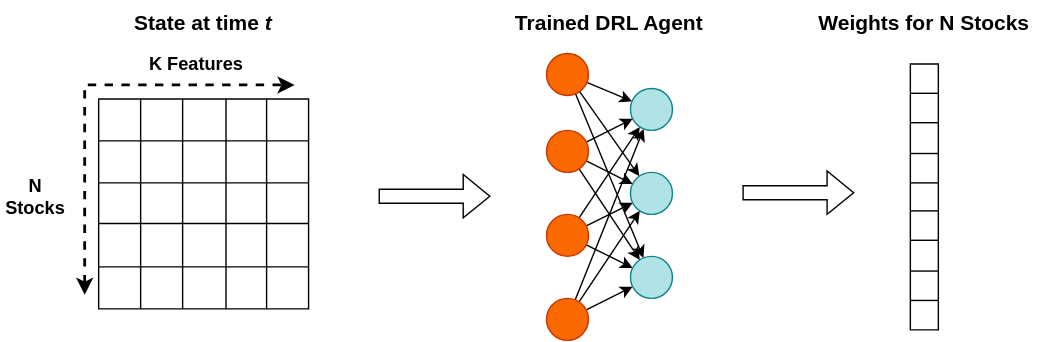
This is thesis/image/state_agent_weights.svg from zdeneklapes/ibt, a draw.io export, as it was before one commit. Source tidied: cells renumbered, new cells last; positions are measured from the earlier drawing's top-left corner, leaving out a move shared by most shapes. Source of this version:
```xml
<mxGraphModel>
  <root>
    <mxCell id="0" />
    <mxCell id="1" parent="0" />
    <mxCell id="2" style="shape=table;html=1;whiteSpace=wrap;startSize=0;" parent="1" vertex="1">
      <mxGeometry x="70" y="70" width="150" height="150" as="geometry" />
    </mxCell>
    <mxCell id="3" style="shape=tableRow;horizontal=0;startSize=0;swimlaneHead=0;swimlaneBody=0;top=0;left=0;bottom=0;right=0;fillColor=none;" parent="2" vertex="1">
      <mxGeometry width="150" height="30" as="geometry" />
    </mxCell>
    <mxCell id="4" style="shape=partialRectangle;html=1;whiteSpace=wrap;fillColor=none;top=0;left=0;bottom=0;right=0;overflow=hidden;" parent="3" vertex="1">
      <mxGeometry width="30" height="30" as="geometry" />
    </mxCell>
    <mxCell id="5" style="shape=partialRectangle;html=1;whiteSpace=wrap;fillColor=none;top=0;left=0;bottom=0;right=0;overflow=hidden;" parent="3" vertex="1">
      <mxGeometry x="30" width="30" height="30" as="geometry" />
    </mxCell>
    <mxCell id="6" style="shape=partialRectangle;html=1;whiteSpace=wrap;fillColor=none;top=0;left=0;bottom=0;right=0;overflow=hidden;" parent="3" vertex="1">
      <mxGeometry x="60" width="31" height="30" as="geometry" />
    </mxCell>
    <mxCell id="7" style="shape=partialRectangle;html=1;whiteSpace=wrap;fillColor=none;top=0;left=0;bottom=0;right=0;overflow=hidden;" parent="3" vertex="1">
      <mxGeometry x="91" width="29" height="30" as="geometry" />
    </mxCell>
    <mxCell id="8" style="shape=partialRectangle;html=1;whiteSpace=wrap;fillColor=none;top=0;left=0;bottom=0;right=0;overflow=hidden;" parent="3" vertex="1">
      <mxGeometry x="120" width="30" height="30" as="geometry" />
    </mxCell>
    <mxCell id="9" style="shape=tableRow;horizontal=0;startSize=0;swimlaneHead=0;swimlaneBody=0;top=0;left=0;bottom=0;right=0;fillColor=none;" parent="2" vertex="1">
      <mxGeometry y="30" width="150" height="30" as="geometry" />
    </mxCell>
    <mxCell id="10" style="shape=partialRectangle;html=1;whiteSpace=wrap;fillColor=none;top=0;left=0;bottom=0;right=0;overflow=hidden;" parent="9" vertex="1">
      <mxGeometry width="30" height="30" as="geometry" />
    </mxCell>
    <mxCell id="11" style="shape=partialRectangle;html=1;whiteSpace=wrap;fillColor=none;top=0;left=0;bottom=0;right=0;overflow=hidden;" parent="9" vertex="1">
      <mxGeometry x="30" width="30" height="30" as="geometry" />
    </mxCell>
    <mxCell id="12" style="shape=partialRectangle;html=1;whiteSpace=wrap;fillColor=none;top=0;left=0;bottom=0;right=0;overflow=hidden;" parent="9" vertex="1">
      <mxGeometry x="60" width="31" height="30" as="geometry" />
    </mxCell>
    <mxCell id="13" style="shape=partialRectangle;html=1;whiteSpace=wrap;fillColor=none;top=0;left=0;bottom=0;right=0;overflow=hidden;" parent="9" vertex="1">
      <mxGeometry x="91" width="29" height="30" as="geometry" />
    </mxCell>
    <mxCell id="14" style="shape=partialRectangle;html=1;whiteSpace=wrap;fillColor=none;top=0;left=0;bottom=0;right=0;overflow=hidden;" parent="9" vertex="1">
      <mxGeometry x="120" width="30" height="30" as="geometry" />
    </mxCell>
    <mxCell id="15" style="shape=tableRow;horizontal=0;startSize=0;swimlaneHead=0;swimlaneBody=0;top=0;left=0;bottom=0;right=0;fillColor=none;" parent="2" vertex="1">
      <mxGeometry y="60" width="150" height="29" as="geometry" />
    </mxCell>
    <mxCell id="16" style="shape=partialRectangle;html=1;whiteSpace=wrap;fillColor=none;top=0;left=0;bottom=0;right=0;overflow=hidden;" parent="15" vertex="1">
      <mxGeometry width="30" height="29" as="geometry" />
    </mxCell>
    <mxCell id="17" style="shape=partialRectangle;html=1;whiteSpace=wrap;fillColor=none;top=0;left=0;bottom=0;right=0;overflow=hidden;" parent="15" vertex="1">
      <mxGeometry x="30" width="30" height="29" as="geometry" />
    </mxCell>
    <mxCell id="18" style="shape=partialRectangle;html=1;whiteSpace=wrap;fillColor=none;top=0;left=0;bottom=0;right=0;overflow=hidden;" parent="15" vertex="1">
      <mxGeometry x="60" width="31" height="29" as="geometry" />
    </mxCell>
    <mxCell id="19" style="shape=partialRectangle;html=1;whiteSpace=wrap;fillColor=none;top=0;left=0;bottom=0;right=0;overflow=hidden;" parent="15" vertex="1">
      <mxGeometry x="91" width="29" height="29" as="geometry" />
    </mxCell>
    <mxCell id="20" style="shape=partialRectangle;html=1;whiteSpace=wrap;fillColor=none;top=0;left=0;bottom=0;right=0;overflow=hidden;" parent="15" vertex="1">
      <mxGeometry x="120" width="30" height="29" as="geometry" />
    </mxCell>
    <mxCell id="21" style="shape=tableRow;horizontal=0;startSize=0;swimlaneHead=0;swimlaneBody=0;top=0;left=0;bottom=0;right=0;fillColor=none;" parent="2" vertex="1">
      <mxGeometry y="89" width="150" height="31" as="geometry" />
    </mxCell>
    <mxCell id="22" style="shape=partialRectangle;html=1;whiteSpace=wrap;fillColor=none;top=0;left=0;bottom=0;right=0;overflow=hidden;" parent="21" vertex="1">
      <mxGeometry width="30" height="31" as="geometry" />
    </mxCell>
    <mxCell id="23" style="shape=partialRectangle;html=1;whiteSpace=wrap;fillColor=none;top=0;left=0;bottom=0;right=0;overflow=hidden;" parent="21" vertex="1">
      <mxGeometry x="30" width="30" height="31" as="geometry" />
    </mxCell>
    <mxCell id="24" style="shape=partialRectangle;html=1;whiteSpace=wrap;fillColor=none;top=0;left=0;bottom=0;right=0;overflow=hidden;" parent="21" vertex="1">
      <mxGeometry x="60" width="31" height="31" as="geometry" />
    </mxCell>
    <mxCell id="25" style="shape=partialRectangle;html=1;whiteSpace=wrap;fillColor=none;top=0;left=0;bottom=0;right=0;overflow=hidden;" parent="21" vertex="1">
      <mxGeometry x="91" width="29" height="31" as="geometry" />
    </mxCell>
    <mxCell id="26" style="shape=partialRectangle;html=1;whiteSpace=wrap;fillColor=none;top=0;left=0;bottom=0;right=0;overflow=hidden;" parent="21" vertex="1">
      <mxGeometry x="120" width="30" height="31" as="geometry" />
    </mxCell>
    <mxCell id="27" style="shape=tableRow;horizontal=0;startSize=0;swimlaneHead=0;swimlaneBody=0;top=0;left=0;bottom=0;right=0;fillColor=none;" parent="2" vertex="1">
      <mxGeometry y="120" width="150" height="30" as="geometry" />
    </mxCell>
    <mxCell id="28" style="shape=partialRectangle;html=1;whiteSpace=wrap;fillColor=none;top=0;left=0;bottom=0;right=0;overflow=hidden;" parent="27" vertex="1">
      <mxGeometry width="30" height="30" as="geometry" />
    </mxCell>
    <mxCell id="29" style="shape=partialRectangle;html=1;whiteSpace=wrap;fillColor=none;top=0;left=0;bottom=0;right=0;overflow=hidden;" parent="27" vertex="1">
      <mxGeometry x="30" width="30" height="30" as="geometry" />
    </mxCell>
    <mxCell id="30" style="shape=partialRectangle;html=1;whiteSpace=wrap;fillColor=none;top=0;left=0;bottom=0;right=0;overflow=hidden;" parent="27" vertex="1">
      <mxGeometry x="60" width="31" height="30" as="geometry" />
    </mxCell>
    <mxCell id="31" style="shape=partialRectangle;html=1;whiteSpace=wrap;fillColor=none;top=0;left=0;bottom=0;right=0;overflow=hidden;" parent="27" vertex="1">
      <mxGeometry x="91" width="29" height="30" as="geometry" />
    </mxCell>
    <mxCell id="32" style="shape=partialRectangle;html=1;whiteSpace=wrap;fillColor=none;top=0;left=0;bottom=0;right=0;overflow=hidden;" parent="27" vertex="1">
      <mxGeometry x="120" width="30" height="30" as="geometry" />
    </mxCell>
    <mxCell id="33" style="endArrow=classic;startArrow=classic;html=1;rounded=0;dashed=1;strokeWidth=2;" parent="1" edge="1">
      <mxGeometry relative="1" as="geometry">
        <mxPoint x="60" y="210" as="sourcePoint" />
        <mxPoint x="210" y="60" as="targetPoint" />
        <Array as="points">
          <mxPoint x="60" y="60" />
        </Array>
      </mxGeometry>
    </mxCell>
    <mxCell id="34" value="&lt;b&gt;&lt;font style=&quot;font-size: 13px;&quot;&gt;K Features&lt;/font&gt;&lt;/b&gt;" style="text;html=1;strokeColor=none;fillColor=none;align=center;verticalAlign=middle;whiteSpace=wrap;rounded=0;" parent="1" vertex="1">
      <mxGeometry x="100" y="30" width="80" height="30" as="geometry" />
    </mxCell>
    <mxCell id="35" value="&lt;b style=&quot;font-size: 13px;&quot;&gt;&lt;font style=&quot;font-size: 13px;&quot;&gt;N&lt;br&gt;Stocks&lt;/font&gt;&lt;/b&gt;" style="text;html=1;strokeColor=none;fillColor=none;align=center;verticalAlign=middle;whiteSpace=wrap;rounded=0;" parent="1" vertex="1">
      <mxGeometry y="125" width="50" height="30" as="geometry" />
    </mxCell>
    <mxCell id="36" style="rounded=0;jettySize=auto;html=1;strokeWidth=1;fontSize=15;" parent="1" edge="1" source="39" target="48">
      <mxGeometry relative="1" as="geometry" />
    </mxCell>
    <mxCell id="37" style="edgeStyle=none;rounded=0;jettySize=auto;html=1;strokeWidth=1;fontSize=15;" parent="1" edge="1" source="39" target="49">
      <mxGeometry relative="1" as="geometry" />
    </mxCell>
    <mxCell id="38" style="edgeStyle=none;rounded=0;jettySize=auto;html=1;strokeWidth=1;fontSize=15;" parent="1" edge="1" source="39" target="50">
      <mxGeometry relative="1" as="geometry" />
    </mxCell>
    <mxCell id="39" style="ellipse;whiteSpace=wrap;html=1;fontSize=15;fillColor=#fa6800;fontColor=#000000;strokeColor=#C73500;" parent="1" vertex="1">
      <mxGeometry x="390" y="212.5" width="30" height="30" as="geometry" />
    </mxCell>
    <mxCell id="40" style="edgeStyle=none;rounded=0;jettySize=auto;html=1;strokeWidth=1;fontSize=15;" parent="1" edge="1" source="43" target="48">
      <mxGeometry relative="1" as="geometry" />
    </mxCell>
    <mxCell id="41" style="edgeStyle=none;rounded=0;jettySize=auto;html=1;strokeWidth=1;fontSize=15;" parent="1" edge="1" source="43" target="49">
      <mxGeometry relative="1" as="geometry" />
    </mxCell>
    <mxCell id="42" style="edgeStyle=none;rounded=0;jettySize=auto;html=1;strokeWidth=1;fontSize=15;" parent="1" edge="1" source="43" target="50">
      <mxGeometry relative="1" as="geometry" />
    </mxCell>
    <mxCell id="43" style="ellipse;whiteSpace=wrap;html=1;fontSize=15;fillColor=#fa6800;fontColor=#000000;strokeColor=#C73500;" parent="1" vertex="1">
      <mxGeometry x="390" y="152.5" width="30" height="30" as="geometry" />
    </mxCell>
    <mxCell id="44" style="edgeStyle=none;rounded=0;jettySize=auto;html=1;strokeWidth=1;fontSize=15;" parent="1" edge="1" source="47" target="50">
      <mxGeometry relative="1" as="geometry" />
    </mxCell>
    <mxCell id="45" style="edgeStyle=none;rounded=0;jettySize=auto;html=1;strokeWidth=1;fontSize=15;" parent="1" edge="1" source="47" target="49">
      <mxGeometry relative="1" as="geometry" />
    </mxCell>
    <mxCell id="46" style="edgeStyle=none;rounded=0;jettySize=auto;html=1;strokeWidth=1;fontSize=15;" parent="1" edge="1" source="47" target="48">
      <mxGeometry relative="1" as="geometry" />
    </mxCell>
    <mxCell id="47" style="ellipse;whiteSpace=wrap;html=1;fontSize=15;fillColor=#fa6800;fontColor=#000000;strokeColor=#C73500;" parent="1" vertex="1">
      <mxGeometry x="390" y="37.5" width="30" height="30" as="geometry" />
    </mxCell>
    <mxCell id="48" style="ellipse;whiteSpace=wrap;html=1;fontSize=15;fillColor=#b0e3e6;strokeColor=#0e8088;" parent="1" vertex="1">
      <mxGeometry x="450" y="182.5" width="30" height="30" as="geometry" />
    </mxCell>
    <mxCell id="49" style="ellipse;whiteSpace=wrap;html=1;fontSize=15;fillColor=#b0e3e6;strokeColor=#0e8088;" parent="1" vertex="1">
      <mxGeometry x="450" y="122.5" width="30" height="30" as="geometry" />
    </mxCell>
    <mxCell id="50" style="ellipse;whiteSpace=wrap;html=1;fontSize=15;fillColor=#b0e3e6;strokeColor=#0e8088;" parent="1" vertex="1">
      <mxGeometry x="450" y="62.5" width="30" height="30" as="geometry" />
    </mxCell>
    <mxCell id="51" style="edgeStyle=none;rounded=0;jettySize=auto;html=1;strokeWidth=1;fontSize=15;" parent="1" edge="1" source="54" target="50">
      <mxGeometry relative="1" as="geometry" />
    </mxCell>
    <mxCell id="52" style="edgeStyle=none;rounded=0;jettySize=auto;html=1;strokeWidth=1;fontSize=15;" parent="1" edge="1" source="54" target="49">
      <mxGeometry relative="1" as="geometry" />
    </mxCell>
    <mxCell id="53" style="edgeStyle=none;rounded=0;jettySize=auto;html=1;strokeWidth=1;fontSize=15;" parent="1" edge="1" source="54" target="48">
      <mxGeometry relative="1" as="geometry" />
    </mxCell>
    <mxCell id="54" style="ellipse;whiteSpace=wrap;html=1;fontSize=15;fillColor=#fa6800;fontColor=#000000;strokeColor=#C73500;" parent="1" vertex="1">
      <mxGeometry x="390" y="92.5" width="30" height="30" as="geometry" />
    </mxCell>
    <mxCell id="55" style="shape=table;html=1;whiteSpace=wrap;startSize=0;fontSize=15;" parent="1" vertex="1">
      <mxGeometry x="650" y="45" width="20" height="190" as="geometry" />
    </mxCell>
    <mxCell id="56" style="shape=tableRow;horizontal=0;startSize=0;swimlaneHead=0;swimlaneBody=0;top=0;left=0;bottom=0;right=0;fillColor=none;fontSize=15;" parent="55" vertex="1">
      <mxGeometry width="20" height="21" as="geometry" />
    </mxCell>
    <mxCell id="57" style="shape=partialRectangle;html=1;whiteSpace=wrap;fillColor=none;top=0;left=0;bottom=0;right=0;overflow=hidden;fontSize=15;" parent="56" vertex="1">
      <mxGeometry width="20" height="21" as="geometry" />
    </mxCell>
    <mxCell id="58" style="shape=tableRow;horizontal=0;startSize=0;swimlaneHead=0;swimlaneBody=0;top=0;left=0;bottom=0;right=0;fillColor=none;fontSize=15;" parent="55" vertex="1">
      <mxGeometry y="21" width="20" height="21" as="geometry" />
    </mxCell>
    <mxCell id="59" style="shape=partialRectangle;html=1;whiteSpace=wrap;fillColor=none;top=0;left=0;bottom=0;right=0;overflow=hidden;fontSize=15;" parent="58" vertex="1">
      <mxGeometry width="20" height="21" as="geometry" />
    </mxCell>
    <mxCell id="60" style="shape=tableRow;horizontal=0;startSize=0;swimlaneHead=0;swimlaneBody=0;top=0;left=0;bottom=0;right=0;fillColor=none;fontSize=15;" parent="55" vertex="1">
      <mxGeometry y="42" width="20" height="22" as="geometry" />
    </mxCell>
    <mxCell id="61" style="shape=partialRectangle;html=1;whiteSpace=wrap;fillColor=none;top=0;left=0;bottom=0;right=0;overflow=hidden;fontSize=15;" parent="60" vertex="1">
      <mxGeometry width="20" height="22" as="geometry" />
    </mxCell>
    <mxCell id="62" style="shape=tableRow;horizontal=0;startSize=0;swimlaneHead=0;swimlaneBody=0;top=0;left=0;bottom=0;right=0;fillColor=none;fontSize=15;" parent="55" vertex="1">
      <mxGeometry y="64" width="20" height="21" as="geometry" />
    </mxCell>
    <mxCell id="63" style="shape=partialRectangle;html=1;whiteSpace=wrap;fillColor=none;top=0;left=0;bottom=0;right=0;overflow=hidden;fontSize=15;" parent="62" vertex="1">
      <mxGeometry width="20" height="21" as="geometry" />
    </mxCell>
    <mxCell id="64" style="shape=tableRow;horizontal=0;startSize=0;swimlaneHead=0;swimlaneBody=0;top=0;left=0;bottom=0;right=0;fillColor=none;fontSize=3;flipH=0;flipV=0;verticalAlign=middle;" parent="55" vertex="1">
      <mxGeometry y="85" width="20" height="20" as="geometry" />
    </mxCell>
    <mxCell id="65" style="shape=partialRectangle;html=1;whiteSpace=wrap;fillColor=none;top=0;left=0;bottom=0;right=0;overflow=hidden;fontSize=15;" parent="64" vertex="1">
      <mxGeometry width="20" height="20" as="geometry" />
    </mxCell>
    <mxCell id="66" style="shape=tableRow;horizontal=0;startSize=0;swimlaneHead=0;swimlaneBody=0;top=0;left=0;bottom=0;right=0;fillColor=none;fontSize=15;" parent="55" vertex="1">
      <mxGeometry y="105" width="20" height="21" as="geometry" />
    </mxCell>
    <mxCell id="67" style="shape=partialRectangle;html=1;whiteSpace=wrap;fillColor=none;top=0;left=0;bottom=0;right=0;overflow=hidden;fontSize=15;" parent="66" vertex="1">
      <mxGeometry width="20" height="21" as="geometry" />
    </mxCell>
    <mxCell id="68" style="shape=tableRow;horizontal=0;startSize=0;swimlaneHead=0;swimlaneBody=0;top=0;left=0;bottom=0;right=0;fillColor=none;fontSize=15;" parent="55" vertex="1">
      <mxGeometry y="126" width="20" height="22" as="geometry" />
    </mxCell>
    <mxCell id="69" style="shape=partialRectangle;html=1;whiteSpace=wrap;fillColor=none;top=0;left=0;bottom=0;right=0;overflow=hidden;fontSize=15;" parent="68" vertex="1">
      <mxGeometry width="20" height="22" as="geometry" />
    </mxCell>
    <mxCell id="70" style="shape=tableRow;horizontal=0;startSize=0;swimlaneHead=0;swimlaneBody=0;top=0;left=0;bottom=0;right=0;fillColor=none;fontSize=15;" parent="55" vertex="1">
      <mxGeometry y="148" width="20" height="21" as="geometry" />
    </mxCell>
    <mxCell id="71" style="shape=partialRectangle;html=1;whiteSpace=wrap;fillColor=none;top=0;left=0;bottom=0;right=0;overflow=hidden;fontSize=15;" parent="70" vertex="1">
      <mxGeometry width="20" height="21" as="geometry" />
    </mxCell>
    <mxCell id="72" style="shape=tableRow;horizontal=0;startSize=0;swimlaneHead=0;swimlaneBody=0;top=0;left=0;bottom=0;right=0;fillColor=none;fontSize=15;" parent="55" vertex="1">
      <mxGeometry y="169" width="20" height="21" as="geometry" />
    </mxCell>
    <mxCell id="73" style="shape=partialRectangle;html=1;whiteSpace=wrap;fillColor=none;top=0;left=0;bottom=0;right=0;overflow=hidden;fontSize=15;" parent="72" vertex="1">
      <mxGeometry width="20" height="21" as="geometry" />
    </mxCell>
    <mxCell id="74" style="shape=flexArrow;endArrow=classic;html=1;rounded=0;strokeWidth=1;fontSize=15;" parent="1" edge="1">
      <mxGeometry relative="1" as="geometry">
        <mxPoint x="270" y="139.5" as="sourcePoint" />
        <mxPoint x="350" y="139.5" as="targetPoint" />
      </mxGeometry>
    </mxCell>
    <mxCell id="75" style="shape=flexArrow;endArrow=classic;html=1;rounded=0;strokeWidth=1;fontSize=15;" parent="1" edge="1">
      <mxGeometry relative="1" as="geometry">
        <mxPoint x="530" y="137" as="sourcePoint" />
        <mxPoint x="610" y="137" as="targetPoint" />
      </mxGeometry>
    </mxCell>
    <mxCell id="76" value="&lt;span style=&quot;font-size: 15px;&quot;&gt;&lt;b&gt;Trained DRL Agent&lt;/b&gt;&lt;/span&gt;" style="text;html=1;strokeColor=none;fillColor=none;align=center;verticalAlign=middle;whiteSpace=wrap;rounded=0;" parent="1" vertex="1">
      <mxGeometry x="360" width="150" height="30" as="geometry" />
    </mxCell>
    <mxCell id="77" value="&lt;span style=&quot;font-size: 15px;&quot;&gt;&lt;b&gt;Weights for N Stocks&lt;/b&gt;&lt;/span&gt;" style="text;html=1;strokeColor=none;fillColor=none;align=center;verticalAlign=middle;whiteSpace=wrap;rounded=0;" parent="1" vertex="1">
      <mxGeometry x="575" width="170" height="30" as="geometry" />
    </mxCell>
    <mxCell id="78" value="&lt;span style=&quot;font-size: 15px;&quot;&gt;&lt;b&gt;State at time &lt;i&gt;t&lt;/i&gt;&lt;/b&gt;&lt;/span&gt;" style="text;html=1;strokeColor=none;fillColor=none;align=center;verticalAlign=middle;whiteSpace=wrap;rounded=0;" parent="1" vertex="1">
      <mxGeometry x="70" width="150" height="30" as="geometry" />
    </mxCell>
  </root>
</mxGraphModel>
```
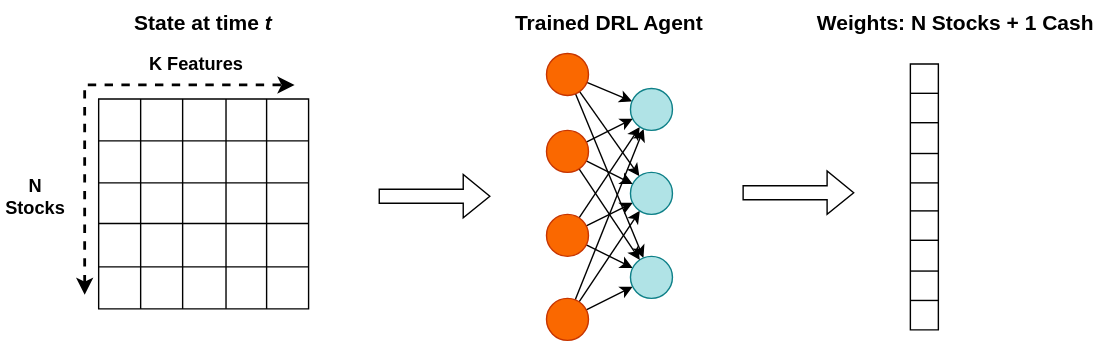
Above is the later version.

The edit, as a diff of the source:
```diff
@@ -239,8 +239,8 @@
     <mxCell id="76" value="&lt;span style=&quot;font-size: 15px;&quot;&gt;&lt;b&gt;Trained DRL Agent&lt;/b&gt;&lt;/span&gt;" style="text;html=1;strokeColor=none;fillColor=none;align=center;verticalAlign=middle;whiteSpace=wrap;rounded=0;" parent="1" vertex="1">
       <mxGeometry x="360" width="150" height="30" as="geometry" />
     </mxCell>
-    <mxCell id="77" value="&lt;span style=&quot;font-size: 15px;&quot;&gt;&lt;b&gt;Weights for N Stocks&lt;/b&gt;&lt;/span&gt;" style="text;html=1;strokeColor=none;fillColor=none;align=center;verticalAlign=middle;whiteSpace=wrap;rounded=0;" parent="1" vertex="1">
-      <mxGeometry x="575" width="170" height="30" as="geometry" />
+    <mxCell id="77" value="&lt;span style=&quot;font-size: 15px;&quot;&gt;&lt;b&gt;Weights: N Stocks + 1 Cash&lt;/b&gt;&lt;/span&gt;" style="text;html=1;strokeColor=none;fillColor=none;align=center;verticalAlign=middle;whiteSpace=wrap;rounded=0;" parent="1" vertex="1">
+      <mxGeometry x="575" width="215" height="30" as="geometry" />
     </mxCell>
     <mxCell id="78" value="&lt;span style=&quot;font-size: 15px;&quot;&gt;&lt;b&gt;State at time &lt;i&gt;t&lt;/i&gt;&lt;/b&gt;&lt;/span&gt;" style="text;html=1;strokeColor=none;fillColor=none;align=center;verticalAlign=middle;whiteSpace=wrap;rounded=0;" parent="1" vertex="1">
       <mxGeometry x="70" width="150" height="30" as="geometry" />
```
